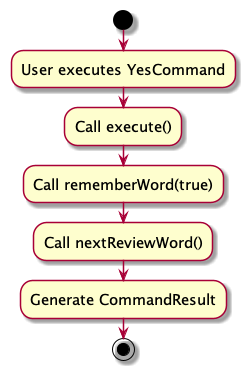
Above: docs/images/YesCommandActivityDiagram.png in nus-cs2103-AY2324S1/tp (PlantUML), before the change.
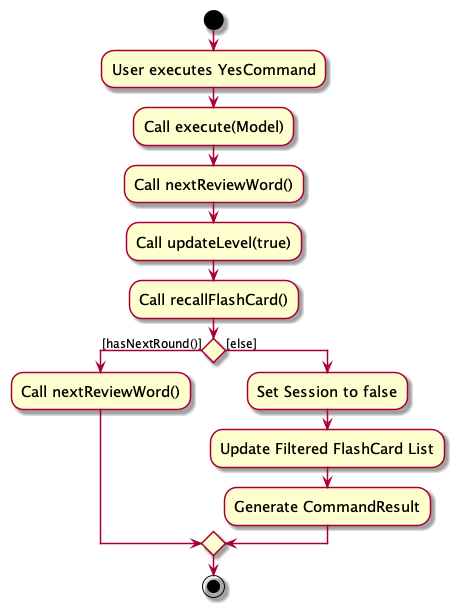
The same diagram one commit later.

The edit, as a diff of the source:
```diff
@@ -5,9 +5,16 @@
 
 start
 :User executes YesCommand;
-:Call execute();
-:Call rememberWord(true);
+:Call execute(Model);
 :Call nextReviewWord();
-:Generate CommandResult;
+:Call updateLevel(true);
+:Call recallFlashCard();
+if () then ([hasNextRound()])
+  :Call nextReviewWord();
+else ([else])
+  :Set Session to false;
+  :Update Filtered FlashCard List;
+  :Generate CommandResult;
+endif
 stop
 @enduml
```
